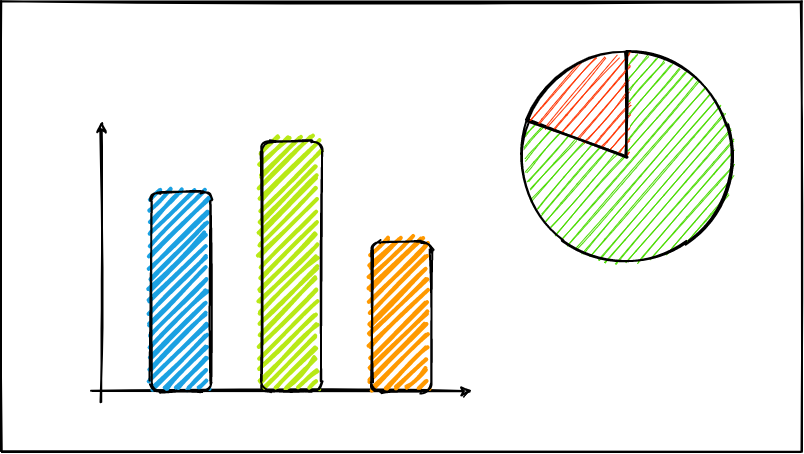
The draw.io diagram src/landingPage/assets/images/analytics.png in TeSC-app/TeSC-Frontend-New, before a commit. Source tidied: cells renumbered, new cells last; positions are measured from the earlier drawing's top-left corner, leaving out a move shared by most shapes.
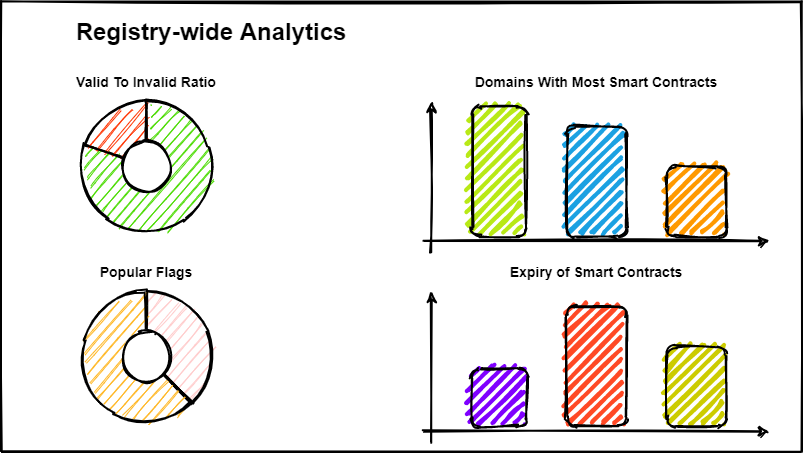
After the change.

The edit, as a diff of the source:
```diff
@@ -27,31 +27,79 @@
       </mxGeometry>
     </mxCell>
     <mxCell id="6" style="verticalLabelPosition=bottom;verticalAlign=top;html=1;shape=mxgraph.basic.pie;startAngle=0;endAngle=0.8051130502332454;sketch=1;strokeWidth=2;fillColor=#4BDB02;" parent="1" vertex="1">
-      <mxGeometry x="520" y="50" width="210" height="210" as="geometry" />
+      <mxGeometry x="80" y="100" width="130" height="130" as="geometry" />
     </mxCell>
     <mxCell id="7" style="endArrow=classic;html=1;sketch=1;strokeWidth=2;" parent="1" edge="1">
       <mxGeometry relative="1" as="geometry">
-        <mxPoint x="90" y="390" as="sourcePoint" />
-        <mxPoint x="470" y="390" as="targetPoint" />
+        <mxPoint x="422.5" y="240" as="sourcePoint" />
+        <mxPoint x="767.5" y="240" as="targetPoint" />
       </mxGeometry>
     </mxCell>
     <mxCell id="8" style="endArrow=classic;html=1;sketch=1;strokeWidth=2;" parent="1" edge="1">
       <mxGeometry relative="1" as="geometry">
-        <mxPoint x="100" y="400" as="sourcePoint" />
-        <mxPoint x="100" y="120" as="targetPoint" />
+        <mxPoint x="430" y="250" as="sourcePoint" />
+        <mxPoint x="430" y="100" as="targetPoint" />
       </mxGeometry>
     </mxCell>
     <mxCell id="9" style="rounded=1;whiteSpace=wrap;html=1;strokeWidth=2;fillWeight=4;hachureGap=8;hachureAngle=45;fillColor=#1ba1e2;sketch=1;rotation=-90;" parent="1" vertex="1">
-      <mxGeometry x="80" y="260" width="200" height="60" as="geometry" />
+      <mxGeometry x="540" y="150" width="110" height="60" as="geometry" />
     </mxCell>
     <mxCell id="10" style="rounded=1;whiteSpace=wrap;html=1;strokeWidth=2;fillWeight=4;hachureGap=8;hachureAngle=45;fillColor=#B8E916;sketch=1;rotation=-90;" parent="1" vertex="1">
-      <mxGeometry x="165" y="235" width="250" height="60" as="geometry" />
+      <mxGeometry x="432.5" y="142.5" width="130" height="55" as="geometry" />
     </mxCell>
     <mxCell id="11" style="rounded=1;whiteSpace=wrap;html=1;strokeWidth=2;fillWeight=4;hachureGap=8;hachureAngle=45;fillColor=#FF9900;sketch=1;rotation=-90;" parent="1" vertex="1">
-      <mxGeometry x="325" y="285" width="150" height="60" as="geometry" />
+      <mxGeometry x="660" y="170" width="70" height="60" as="geometry" />
     </mxCell>
     <mxCell id="12" style="verticalLabelPosition=bottom;verticalAlign=top;html=1;shape=mxgraph.basic.pie;endAngle=0;startAngle=0.8051130502332454;sketch=1;strokeWidth=2;fillColor=#FF3503;" parent="1" vertex="1">
-      <mxGeometry x="520" y="50" width="210" height="210" as="geometry" />
+      <mxGeometry x="80" y="100" width="130" height="130" as="geometry" />
     </mxCell>
+    <mxCell id="13" value="&lt;font style=&quot;font-size: 24px&quot;&gt;&lt;b&gt;Registry-wide Analytics&lt;/b&gt;&lt;/font&gt;" style="text;html=1;strokeColor=none;fillColor=none;align=center;verticalAlign=middle;whiteSpace=wrap;rounded=0;" parent="1" vertex="1">
+      <mxGeometry x="70" y="20" width="280" height="20" as="geometry" />
+    </mxCell>
+    <mxCell id="14" style="verticalLabelPosition=bottom;verticalAlign=top;html=1;shape=mxgraph.basic.pie;startAngle=0;endAngle=0.375;sketch=1;strokeWidth=2;fillColor=#FFCCCC;" parent="1" vertex="1">
+      <mxGeometry x="80" y="290" width="130" height="130" as="geometry" />
+    </mxCell>
+    <mxCell id="15" value="&lt;font style=&quot;font-size: 14px&quot;&gt;&lt;b&gt;Popular Flags&lt;/b&gt;&lt;/font&gt;" style="text;html=1;strokeColor=none;fillColor=none;align=center;verticalAlign=middle;whiteSpace=wrap;rounded=0;" parent="1" vertex="1">
+      <mxGeometry x="95" y="260" width="100" height="20" as="geometry" />
+    </mxCell>
+    <mxCell id="16" value="&lt;font style=&quot;font-size: 14px&quot;&gt;&lt;b&gt;Valid To Invalid Ratio&lt;/b&gt;&lt;/font&gt;" style="text;html=1;strokeColor=none;fillColor=none;align=center;verticalAlign=middle;whiteSpace=wrap;rounded=0;" parent="1" vertex="1">
+      <mxGeometry x="70" y="70" width="150" height="20" as="geometry" />
+    </mxCell>
+    <mxCell id="17" style="verticalLabelPosition=bottom;verticalAlign=top;html=1;shape=mxgraph.basic.pie;endAngle=0;startAngle=0.375;sketch=1;strokeWidth=2;fillColor=#FFB725;" parent="1" vertex="1">
+      <mxGeometry x="80" y="290" width="130" height="130" as="geometry" />
+    </mxCell>
+    <mxCell id="18" style="ellipse;whiteSpace=wrap;html=1;sketch=1;strokeWidth=2;" parent="1" vertex="1">
+      <mxGeometry x="120" y="140" width="50" height="50" as="geometry" />
+    </mxCell>
+    <mxCell id="19" style="ellipse;whiteSpace=wrap;html=1;sketch=1;strokeWidth=2;" parent="1" vertex="1">
+      <mxGeometry x="120" y="330" width="50" height="50" as="geometry" />
+    </mxCell>
+    <mxCell id="20" value="&lt;font style=&quot;font-size: 14px&quot;&gt;&lt;b&gt;Domains With Most Smart Contracts&lt;/b&gt;&lt;/font&gt;" style="text;html=1;strokeColor=none;fillColor=none;align=center;verticalAlign=middle;whiteSpace=wrap;rounded=0;" parent="1" vertex="1">
+      <mxGeometry x="470" y="70" width="250" height="20" as="geometry" />
+    </mxCell>
+    <mxCell id="21" value="&lt;font style=&quot;font-size: 14px&quot;&gt;&lt;b&gt;Expiry of Smart Contracts&lt;/b&gt;&lt;/font&gt;" style="text;html=1;strokeColor=none;fillColor=none;align=center;verticalAlign=middle;whiteSpace=wrap;rounded=0;" parent="1" vertex="1">
+      <mxGeometry x="470" y="260" width="250" height="20" as="geometry" />
+    </mxCell>
+    <mxCell id="22" style="endArrow=classic;html=1;sketch=1;strokeWidth=2;" parent="1" edge="1">
+      <mxGeometry relative="1" as="geometry">
+        <mxPoint x="422.5" y="430" as="sourcePoint" />
+        <mxPoint x="767.5" y="430" as="targetPoint" />
+      </mxGeometry>
+    </mxCell>
+    <mxCell id="23" style="endArrow=classic;html=1;sketch=1;strokeWidth=2;" parent="1" edge="1">
+      <mxGeometry relative="1" as="geometry">
+        <mxPoint x="430" y="440" as="sourcePoint" />
+        <mxPoint x="430" y="290" as="targetPoint" />
+      </mxGeometry>
+    </mxCell>
+    <mxCell id="24" style="rounded=1;whiteSpace=wrap;html=1;strokeWidth=2;fillWeight=4;hachureGap=8;hachureAngle=45;fillColor=#FF4925;sketch=1;rotation=-90;" parent="1" vertex="1">
+      <mxGeometry x="535" y="335" width="120" height="60" as="geometry" />
+    </mxCell>
+    <mxCell id="25" style="rounded=1;whiteSpace=wrap;html=1;strokeWidth=2;fillWeight=4;hachureGap=8;hachureAngle=45;fillColor=#7F00FF;sketch=1;rotation=-90;" parent="1" vertex="1">
+      <mxGeometry x="468.8" y="368.8" width="57.5" height="55" as="geometry" />
+    </mxCell>
+    <mxCell id="26" style="rounded=1;whiteSpace=wrap;html=1;strokeWidth=2;fillWeight=4;hachureGap=8;hachureAngle=45;fillColor=#CCCC00;sketch=1;rotation=-90;" parent="1" vertex="1">
+      <mxGeometry x="655" y="355" width="80" height="60" as="geometry" />
+    </mxCell>
   </root>
 </mxGraphModel>
```
